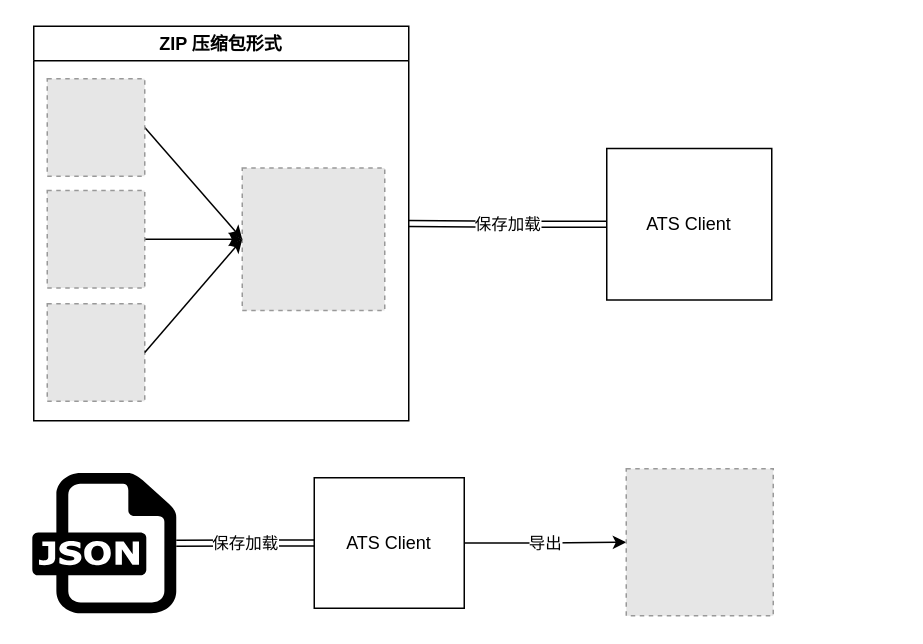
The draw.io diagram Draw/ATS/CommandChain.drawio in huangjia2107/DrawOnline, before the edit. Source tidied: cells renumbered, new cells numbered last; positions are measured from the earlier drawing's top-left corner, leaving out a move shared by most shapes. Both pictures are drawn from the tidied source at 150%, with x=0, y=0 at pixel (32, 26). Pictures stored in the file or linked from it are replaced by grey dashed boxes.
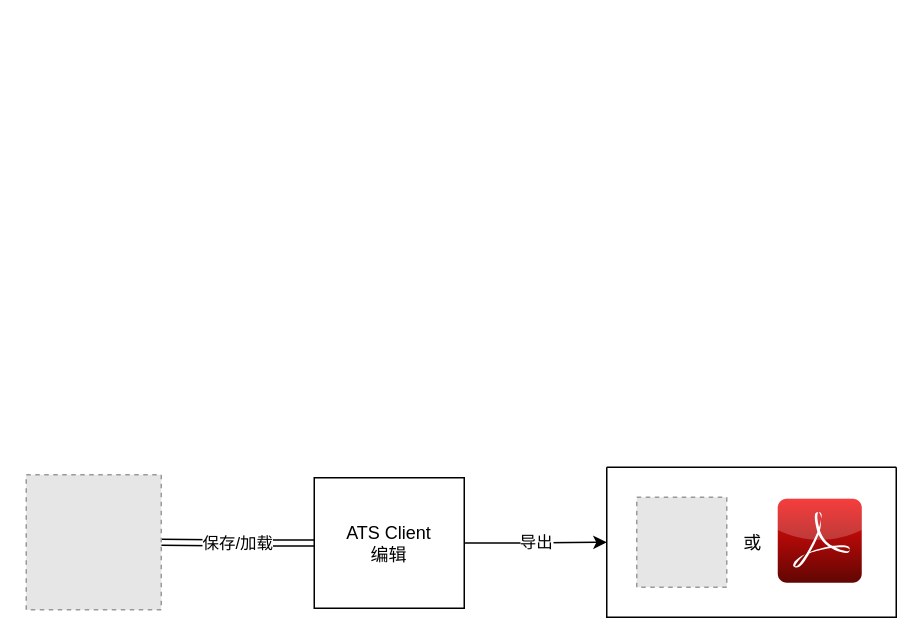
The same page after the edit.

Diff of the diagram source:
```diff
@@
 <mxGraphModel>
   <root>
     <mxCell id="0" />
     <mxCell id="1" parent="0" />
-    <mxCell id="2" value="保存加载" style="edgeStyle=orthogonalEdgeStyle;rounded=0;jettySize=auto;html=1;exitX=0;exitY=0.5;exitDx=0;exitDy=0;entryX=1;entryY=0.5;entryDx=0;entryDy=0;shape=link;" parent="1" edge="1" source="3" target="4">
-      <mxGeometry relative="1" as="geometry" />
-    </mxCell>
-    <mxCell id="3" value="ATS Client" style="rounded=0;whiteSpace=wrap;html=1;" parent="1" vertex="1">
-      <mxGeometry x="383" y="81.5" width="110" height="101" as="geometry" />
-    </mxCell>
-    <mxCell id="4" value="ZIP 压缩包形式" style="swimlane;" parent="1" vertex="1">
-      <mxGeometry x="1" width="250" height="263" as="geometry" />
-    </mxCell>
-    <mxCell id="5" style="fillColor=#E6E6E6;strokeColor=#999999;dashed=1;html=1;verticalAlign=top;verticalLabelPosition=bottom;labelBackgroundColor=#ffffff;" parent="4" vertex="1">
-      <mxGeometry x="139" y="94.5" width="95" height="95" as="geometry" />
-    </mxCell>
-    <mxCell id="6" style="rounded=0;jettySize=auto;html=1;exitX=1;exitY=0.5;exitDx=0;exitDy=0;entryX=0;entryY=0.5;entryDx=0;entryDy=0;" parent="4" edge="1" source="7" target="5">
-      <mxGeometry relative="1" as="geometry" />
-    </mxCell>
-    <mxCell id="7" style="fillColor=#E6E6E6;strokeColor=#999999;dashed=1;html=1;verticalAlign=top;verticalLabelPosition=bottom;labelBackgroundColor=#ffffff;" parent="4" vertex="1">
-      <mxGeometry x="9" y="35" width="65" height="65" as="geometry" />
-    </mxCell>
-    <mxCell id="8" style="edgeStyle=none;rounded=0;jettySize=auto;html=1;exitX=1;exitY=0.5;exitDx=0;exitDy=0;" parent="4" edge="1" source="9" target="5">
-      <mxGeometry relative="1" as="geometry" />
-    </mxCell>
-    <mxCell id="9" style="fillColor=#E6E6E6;strokeColor=#999999;dashed=1;html=1;verticalAlign=top;verticalLabelPosition=bottom;labelBackgroundColor=#ffffff;" parent="4" vertex="1">
-      <mxGeometry x="9" y="109.5" width="65" height="65" as="geometry" />
-    </mxCell>
-    <mxCell id="10" style="fillColor=#E6E6E6;strokeColor=#999999;dashed=1;html=1;verticalAlign=top;verticalLabelPosition=bottom;labelBackgroundColor=#ffffff;" parent="4" vertex="1">
-      <mxGeometry x="9" y="185" width="65" height="65" as="geometry" />
-    </mxCell>
-    <mxCell id="11" style="edgeStyle=none;rounded=0;jettySize=auto;html=1;exitX=1;exitY=0.5;exitDx=0;exitDy=0;entryX=0;entryY=0.5;entryDx=0;entryDy=0;" parent="4" edge="1" source="10" target="5">
-      <mxGeometry relative="1" as="geometry" />
-    </mxCell>
+    <mxCell id="17" value="保存/加载" style="edgeStyle=orthogonalEdgeStyle;shape=link;rounded=0;jettySize=auto;html=1;exitX=0;exitY=0.5;exitDx=0;exitDy=0;" parent="1" edge="1" source="13" target="18">
+      <mxGeometry relative="1" as="geometry" />
+    </mxCell>
-    <mxCell id="12" value="导出" style="edgeStyle=orthogonalEdgeStyle;rounded=0;jettySize=auto;html=1;exitX=1;exitY=0.5;exitDx=0;exitDy=0;entryX=0;entryY=0.5;entryDx=0;entryDy=0;" parent="1" edge="1" source="13" target="15">
-      <mxGeometry relative="1" as="geometry" />
+    <mxCell id="12" value="导出" style="edgeStyle=orthogonalEdgeStyle;rounded=0;jettySize=auto;html=1;exitX=1;exitY=0.5;exitDx=0;exitDy=0;entryX=0;entryY=0.5;entryDx=0;entryDy=0;" parent="1" edge="1" source="13" target="19">
+      <mxGeometry relative="1" as="geometry">
+        <Array as="points">
+          <mxPoint x="326" y="345" />
+        </Array>
+      </mxGeometry>
     </mxCell>
-    <mxCell id="13" value="ATS Client" style="rounded=0;whiteSpace=wrap;html=1;" parent="1" vertex="1">
+    <mxCell id="13" value="ATS Client&lt;br&gt;编辑" style="rounded=0;whiteSpace=wrap;html=1;" parent="1" vertex="1">
       <mxGeometry x="188" y="301" width="100" height="87" as="geometry" />
     </mxCell>
-    <mxCell id="14" style="dashed=0;outlineConnect=0;html=1;align=center;labelPosition=center;verticalLabelPosition=bottom;verticalAlign=top;shape=mxgraph.weblogos.json;" parent="1" vertex="1">
-      <mxGeometry y="297.8" width="96" height="93.5" as="geometry" />
-    </mxCell>
-    <mxCell id="15" style="fillColor=#E6E6E6;strokeColor=#999999;dashed=1;html=1;verticalAlign=top;verticalLabelPosition=bottom;labelBackgroundColor=#ffffff;" parent="1" vertex="1">
-      <mxGeometry x="396" y="295" width="98" height="98" as="geometry" />
-    </mxCell>
-    <mxCell id="16" value="保存加载" style="edgeStyle=orthogonalEdgeStyle;rounded=0;jettySize=auto;html=1;exitX=0;exitY=0.5;exitDx=0;exitDy=0;shape=link;" parent="1" edge="1" source="13" target="14">
-      <mxGeometry relative="1" as="geometry" />
-    </mxCell>
+    <mxCell id="18" style="fillColor=#E6E6E6;strokeColor=#999999;dashed=1;html=1;verticalAlign=top;verticalLabelPosition=bottom;labelBackgroundColor=#ffffff;" parent="1" vertex="1">
+      <mxGeometry x="-4" y="299" width="90" height="90" as="geometry" />
+    </mxCell>
+    <mxCell id="19" style="swimlane;startSize=0;" parent="1" vertex="1">
+      <mxGeometry x="383" y="294" width="193" height="100" as="geometry" />
+    </mxCell>
+    <mxCell id="20" style="fillColor=#E6E6E6;strokeColor=#999999;dashed=1;html=1;verticalAlign=top;verticalLabelPosition=bottom;labelBackgroundColor=#ffffff;" parent="19" vertex="1">
+      <mxGeometry x="20" y="20" width="60" height="60" as="geometry" />
+    </mxCell>
+    <mxCell id="21" style="dashed=0;html=1;align=center;labelPosition=center;verticalLabelPosition=bottom;verticalAlign=top;shape=mxgraph.webicons.adobe_pdf;fillColor=#F40C0C;gradientColor=#610603;" parent="19" vertex="1">
+      <mxGeometry x="114" y="21" width="56" height="56" as="geometry" />
+    </mxCell>
+    <mxCell id="22" value="或" style="text;html=1;align=center;verticalAlign=middle;fillColor=none;strokeColor=none;rounded=0;" parent="19" vertex="1">
+      <mxGeometry x="82" y="41" width="30" height="20" as="geometry" />
+    </mxCell>
   </root>
 </mxGraphModel>
```
